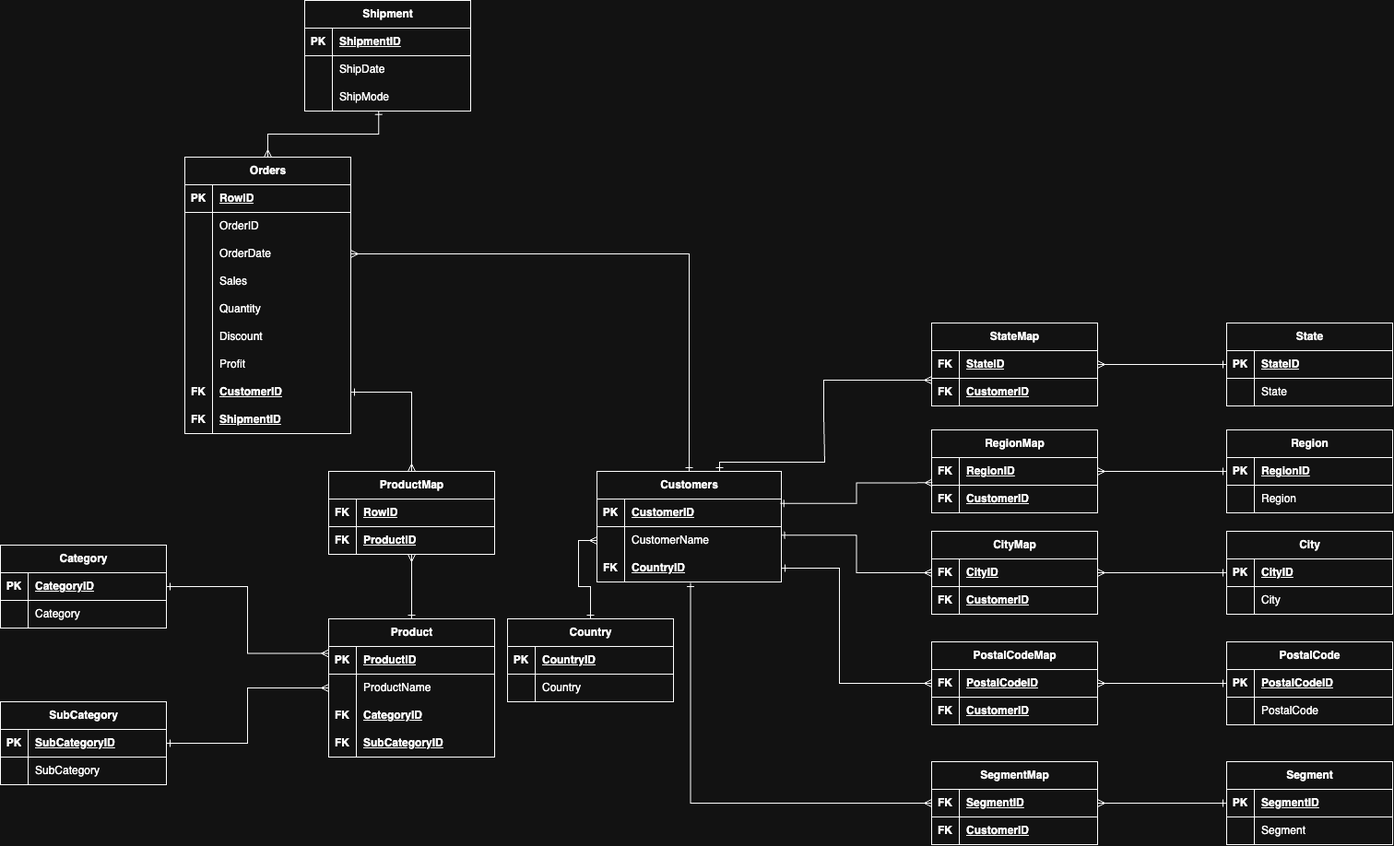
The-DigitalAcademy/superstore_dataset_analysis keeps this draw.io diagram as superstore_erd.png. Above is the earlier version. Source tidied: cells renumbered, new cells last; positions are measured from the earlier drawing's top-left corner, leaving out a move shared by most shapes.
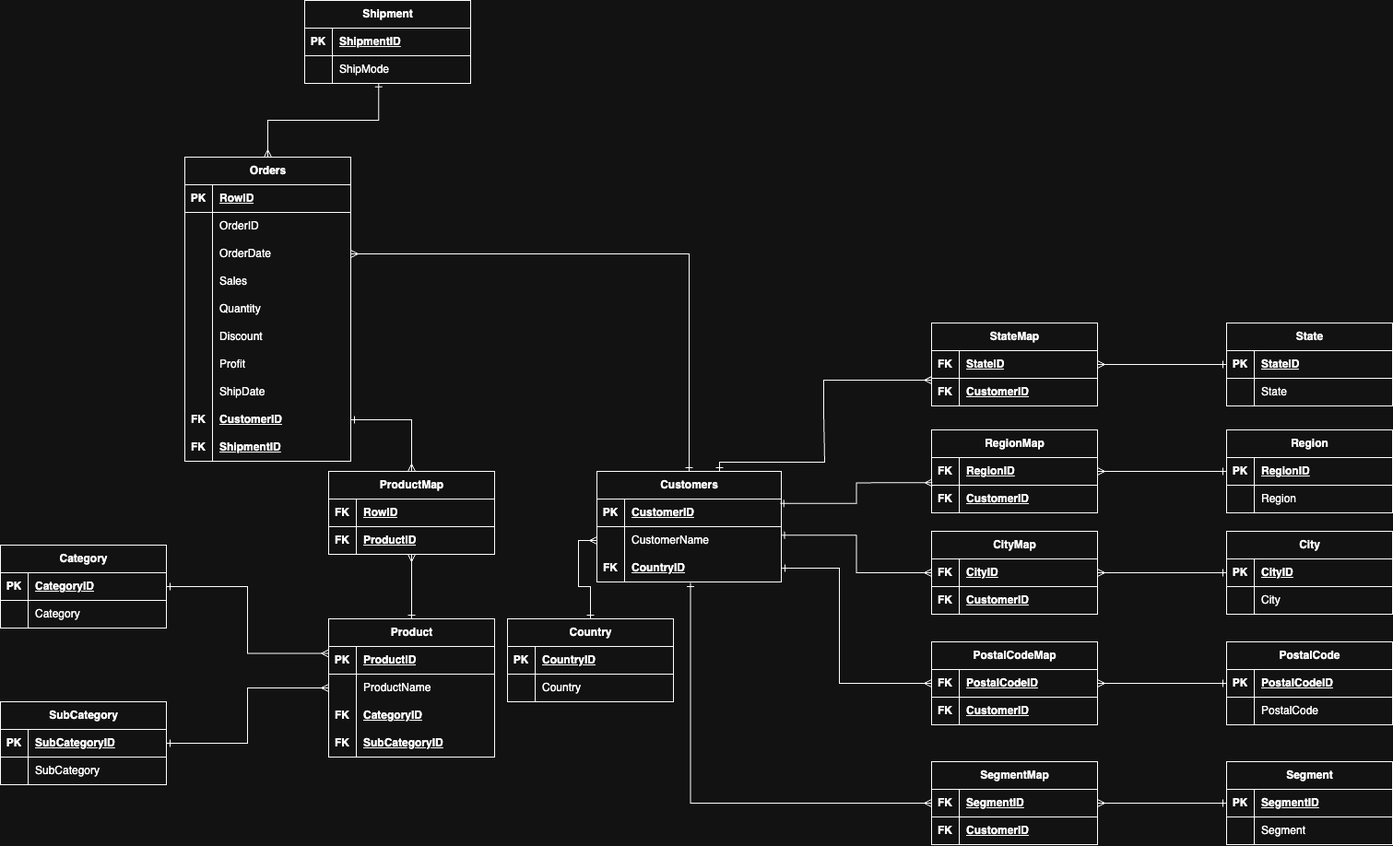
Above is the later version.

Commit message:
removed shipdate from shipment and added it to orders tables. Update the erd

The edit, as a diff of the source:
```diff
@@ -33,7 +33,7 @@
       <mxGeometry x="30" width="170" height="30" as="geometry" />
     </mxCell>
     <mxCell id="12" value="Orders" style="shape=table;startSize=30;rowLines=0;fontStyle=1;align=center;html=1;" parent="1" vertex="1">
-      <mxGeometry x="200" y="170" width="180" height="300" as="geometry" />
+      <mxGeometry x="200" y="170" width="180" height="330" as="geometry" />
     </mxCell>
     <mxCell id="13" style="shape=tableRow;horizontal=0;startSize=0;swimlaneHead=0;swimlaneBody=0;fillColor=none;top=0;left=0;right=0;bottom=1;" parent="12" vertex="1">
       <mxGeometry y="30" width="180" height="30" as="geometry" />
@@ -98,8 +98,17 @@
     <mxCell id="33" value="Profit" style="shape=partialRectangle;fillColor=none;top=0;left=0;bottom=0;right=0;align=left;spacingLeft=6;overflow=hidden;whiteSpace=wrap;html=1;" parent="31" vertex="1">
       <mxGeometry x="30" width="150" height="30" as="geometry" />
     </mxCell>
+    <mxCell id="178" style="shape=tableRow;horizontal=0;startSize=0;swimlaneHead=0;swimlaneBody=0;fillColor=none;top=0;left=0;right=0;bottom=0;" parent="12" vertex="1">
+      <mxGeometry y="240" width="180" height="30" as="geometry" />
+    </mxCell>
+    <mxCell id="73" style="shape=partialRectangle;fillColor=none;top=0;left=0;bottom=0;right=0;overflow=hidden;whiteSpace=wrap;html=1;" parent="178" vertex="1">
+      <mxGeometry width="30" height="30" as="geometry" />
+    </mxCell>
+    <mxCell id="74" value="ShipDate" style="shape=partialRectangle;fillColor=none;top=0;left=0;bottom=0;right=0;align=left;spacingLeft=6;overflow=hidden;whiteSpace=wrap;html=1;" parent="178" vertex="1">
+      <mxGeometry x="30" width="150" height="30" as="geometry" />
+    </mxCell>
     <mxCell id="34" style="shape=tableRow;horizontal=0;startSize=0;swimlaneHead=0;swimlaneBody=0;fillColor=none;points=[[0,0.5],[1,0.5]];portConstraint=eastwest;top=0;left=0;right=0;bottom=0;" parent="12" vertex="1">
-      <mxGeometry y="240" width="180" height="30" as="geometry" />
+      <mxGeometry y="270" width="180" height="30" as="geometry" />
     </mxCell>
     <mxCell id="35" value="&lt;b&gt;FK&lt;/b&gt;" style="shape=partialRectangle;fillColor=none;top=0;left=0;bottom=0;right=0;overflow=hidden;whiteSpace=wrap;html=1;" parent="34" vertex="1">
       <mxGeometry width="30" height="30" as="geometry" />
@@ -108,7 +117,7 @@
       <mxGeometry x="30" width="150" height="30" as="geometry" />
     </mxCell>
     <mxCell id="37" style="shape=tableRow;horizontal=0;startSize=0;swimlaneHead=0;swimlaneBody=0;fillColor=none;top=0;left=0;right=0;bottom=0;" parent="12" vertex="1">
-      <mxGeometry y="270" width="180" height="30" as="geometry" />
+      <mxGeometry y="300" width="180" height="30" as="geometry" />
     </mxCell>
     <mxCell id="38" value="&lt;b&gt;FK&lt;/b&gt;" style="shape=partialRectangle;fillColor=none;top=0;left=0;bottom=0;right=0;overflow=hidden;whiteSpace=wrap;html=1;" parent="37" vertex="1">
       <mxGeometry width="30" height="30" as="geometry" />
@@ -201,7 +210,7 @@
       <mxGeometry x="30" width="150" height="30" as="geometry" />
     </mxCell>
     <mxCell id="68" value="Shipment" style="shape=table;startSize=30;rowLines=0;fontStyle=1;align=center;html=1;" parent="1" vertex="1">
-      <mxGeometry x="330" width="180" height="120" as="geometry" />
+      <mxGeometry x="330" width="180" height="90" as="geometry" />
     </mxCell>
     <mxCell id="69" style="shape=tableRow;horizontal=0;startSize=0;swimlaneHead=0;swimlaneBody=0;fillColor=none;top=0;left=0;right=0;bottom=1;" parent="68" vertex="1">
       <mxGeometry y="30" width="180" height="30" as="geometry" />
@@ -212,17 +221,8 @@
     <mxCell id="71" value="ShipmentID" style="shape=partialRectangle;fillColor=none;top=0;left=0;bottom=0;right=0;align=left;spacingLeft=6;fontStyle=5;overflow=hidden;whiteSpace=wrap;html=1;" parent="69" vertex="1">
       <mxGeometry x="30" width="150" height="30" as="geometry" />
     </mxCell>
-    <mxCell id="72" style="shape=tableRow;horizontal=0;startSize=0;swimlaneHead=0;swimlaneBody=0;fillColor=none;top=0;left=0;right=0;bottom=0;" parent="68" vertex="1">
-      <mxGeometry y="60" width="180" height="30" as="geometry" />
-    </mxCell>
-    <mxCell id="73" style="shape=partialRectangle;fillColor=none;top=0;left=0;bottom=0;right=0;overflow=hidden;whiteSpace=wrap;html=1;" parent="72" vertex="1">
-      <mxGeometry width="30" height="30" as="geometry" />
-    </mxCell>
-    <mxCell id="74" value="ShipDate" style="shape=partialRectangle;fillColor=none;top=0;left=0;bottom=0;right=0;align=left;spacingLeft=6;overflow=hidden;whiteSpace=wrap;html=1;" parent="72" vertex="1">
-      <mxGeometry x="30" width="150" height="30" as="geometry" />
-    </mxCell>
     <mxCell id="75" style="shape=tableRow;horizontal=0;startSize=0;swimlaneHead=0;swimlaneBody=0;fillColor=none;points=[[0,0.5],[1,0.5]];portConstraint=eastwest;top=0;left=0;right=0;bottom=0;" parent="68" vertex="1">
-      <mxGeometry y="90" width="180" height="30" as="geometry" />
+      <mxGeometry y="60" width="180" height="30" as="geometry" />
     </mxCell>
     <mxCell id="76" style="shape=partialRectangle;fillColor=none;top=0;left=0;bottom=0;right=0;overflow=hidden;whiteSpace=wrap;html=1;" parent="75" vertex="1">
       <mxGeometry width="30" height="30" as="geometry" />
```
